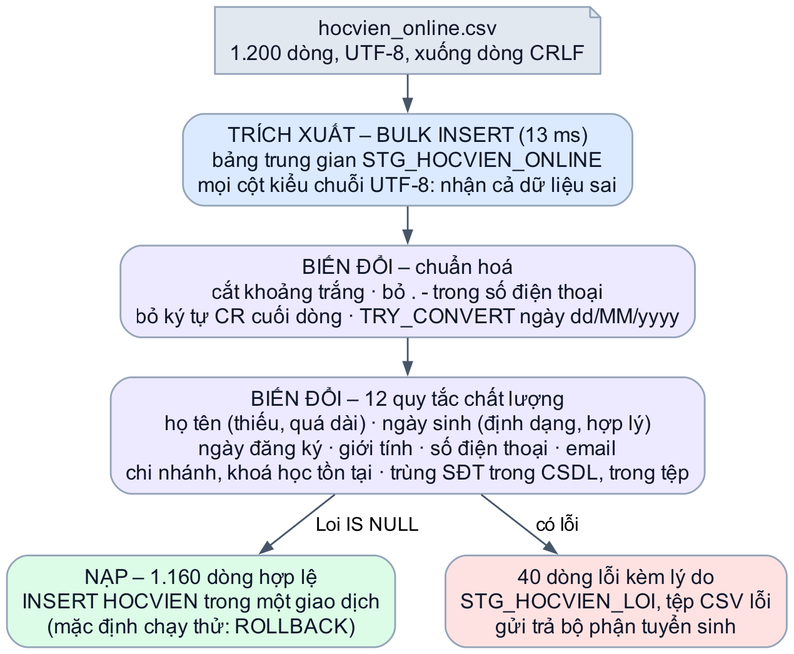
The Graphviz diagram report/images/ch3/etl-nhap-lieu.png in nhutruong-uit/ecms, before a commit. Its source is kept beside it as report/images/ch3/etl-nhap-lieu.dot. The source it was exported from:
```dot
digraph ETL {
  rankdir=TB; nodesep=0.4; ranksep=0.3; fontname="Arial"; bgcolor="white";
  node [fontname="Arial", fontsize=12, shape=box, style="filled,rounded", color="#94a3b8", fillcolor="#f1f5f9",
        fontcolor="#0f172a", margin="0.12,0.07"];
  edge [fontname="Arial", fontsize=11, color="#475569", arrowsize=0.7];

  csv [label="hocvien_online.csv\n1.200 dòng, UTF-8, xuống dòng CRLF", shape=note, style="filled", fillcolor="#e2e8f0"];
  e   [label="TRÍCH XUẤT – BULK INSERT (13 ms)\nbảng trung gian STG_HOCVIEN_ONLINE\nmọi cột kiểu chuỗi UTF-8: nhận cả dữ liệu sai", fillcolor="#dbeafe"];
  t1  [label="BIẾN ĐỔI – chuẩn hoá\ncắt khoảng trắng · bỏ . - trong số điện thoại\nbỏ ký tự CR cuối dòng · TRY_CONVERT ngày dd/MM/yyyy", fillcolor="#ede9fe"];
  t2  [label="BIẾN ĐỔI – 12 quy tắc chất lượng\nhọ tên (thiếu, quá dài) · ngày sinh (định dạng, hợp lý)\nngày đăng ký · giới tính · số điện thoại · email\nchi nhánh, khoá học tồn tại · trùng SĐT trong CSDL, trong tệp", fillcolor="#ede9fe"];
  ok  [label="NẠP – 1.160 dòng hợp lệ\nINSERT HOCVIEN trong một giao dịch\n(mặc định chạy thử: ROLLBACK)", fillcolor="#dcfce7"];
  bad [label="40 dòng lỗi kèm lý do\nSTG_HOCVIEN_LOI, tệp CSV lỗi\ngửi trả bộ phận tuyển sinh", fillcolor="#fee2e2"];

  csv -> e -> t1 -> t2;
  t2 -> ok [label=" Loi IS NULL"];
  t2 -> bad [label=" có lỗi"];
  {rank=same; ok; bad}
}
```
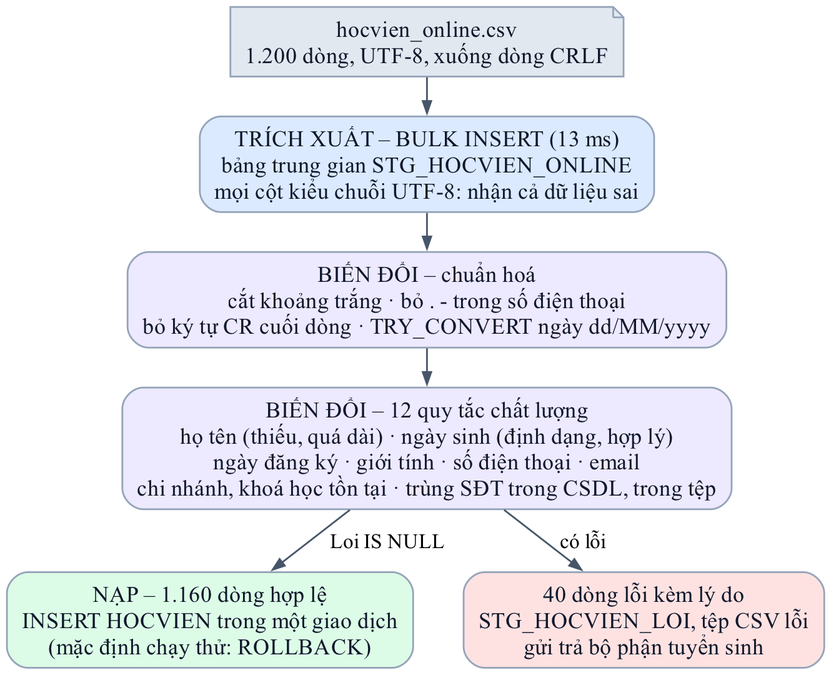
Above is the later version.

Diff of the diagram source:
```diff
@@ -1,8 +1,9 @@
 digraph ETL {
-  rankdir=TB; nodesep=0.4; ranksep=0.3; fontname="Arial"; bgcolor="white";
-  node [fontname="Arial", fontsize=12, shape=box, style="filled,rounded", color="#94a3b8", fillcolor="#f1f5f9",
+  splines=polyline;
+  rankdir=TB; nodesep=0.4; ranksep=0.3; fontname="Times New Roman,"; bgcolor="white";
+  node [fontname="Times New Roman,", fontsize=13, shape=box, style="filled,rounded", color="#94a3b8", fillcolor="#f1f5f9",
         fontcolor="#0f172a", margin="0.12,0.07"];
-  edge [fontname="Arial", fontsize=11, color="#475569", arrowsize=0.7];
+  edge [fontname="Times New Roman,", fontsize=12, color="#475569", arrowsize=0.7];
 
   csv [label="hocvien_online.csv\n1.200 dòng, UTF-8, xuống dòng CRLF", shape=note, style="filled", fillcolor="#e2e8f0"];
   e   [label="TRÍCH XUẤT – BULK INSERT (13 ms)\nbảng trung gian STG_HOCVIEN_ONLINE\nmọi cột kiểu chuỗi UTF-8: nhận cả dữ liệu sai", fillcolor="#dbeafe"];
```
